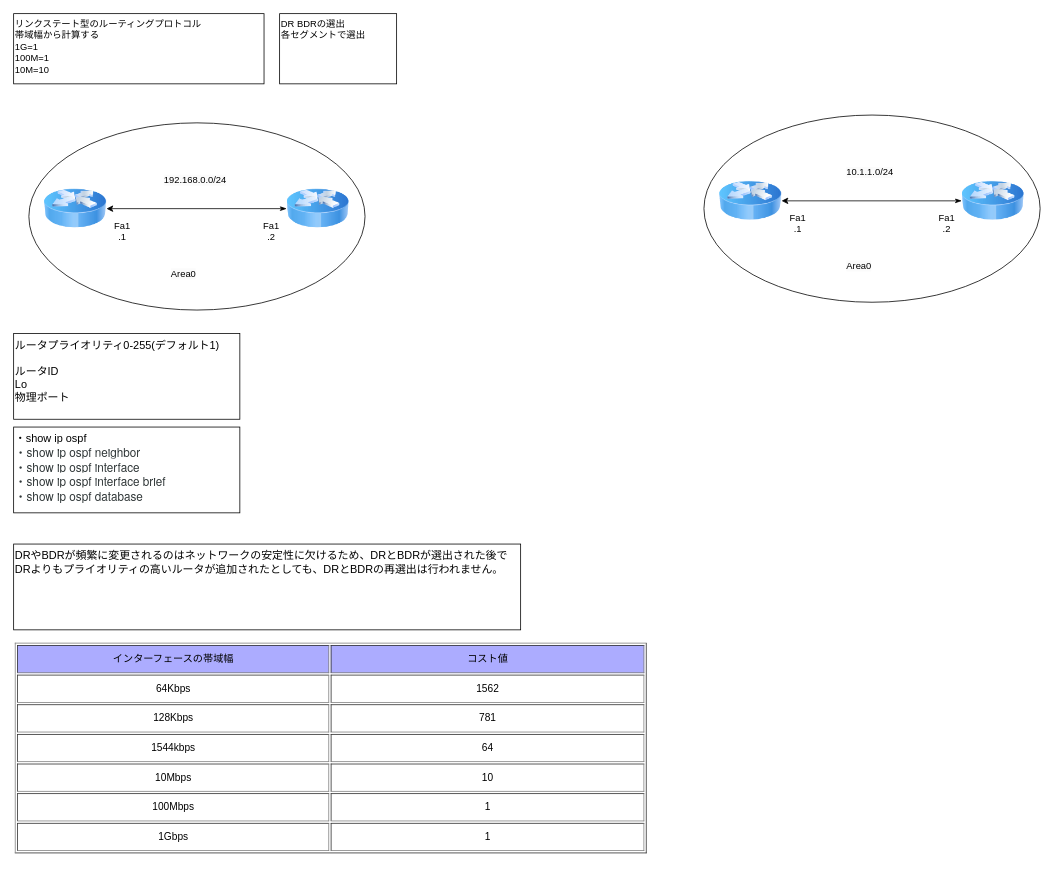
Before: page "OSPF" (2 of 3) of OSPF.drawio in kyforprogram/ccna, a draw.io diagram. Source tidied: cells renumbered, new cells numbered last; positions are measured from the earlier drawing's top-left corner, leaving out a move shared by most shapes. Both pictures are drawn from the tidied source at 78%, with x=0, y=0 at pixel (13, 13).
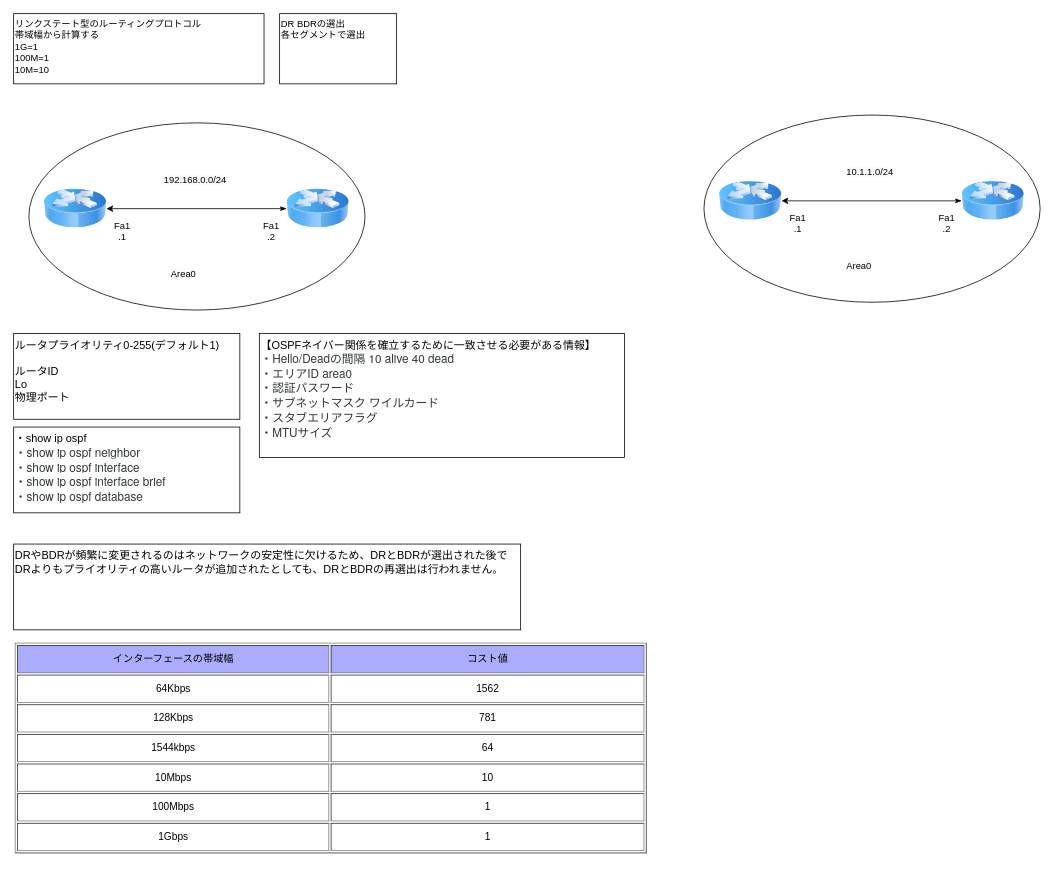
The same page after the edit.

Commit message:
OSPF.drawio を更新します

What changed in the source:
```diff
@@
+    <mxCell id="24" value="【OSPFネイバー関係を確立するために一致させる必要がある情報】&lt;br style=&quot;box-sizing: border-box; color: rgb(47, 54, 55); font-family: &amp;quot;JetBrains Mono&amp;quot;, &amp;quot;Helvetica Neue&amp;quot;, Arial, &amp;quot;Hiragino Kaku Gothic ProN&amp;quot;, &amp;quot;Hiragino Sans&amp;quot;, Meiryo, sans-serif; font-size: 15.008px; font-variant-ligatures: none; background-color: rgb(255, 255, 255);&quot;&gt;&lt;span style=&quot;color: rgb(47, 54, 55); font-family: &amp;quot;JetBrains Mono&amp;quot;, &amp;quot;Helvetica Neue&amp;quot;, Arial, &amp;quot;Hiragino Kaku Gothic ProN&amp;quot;, &amp;quot;Hiragino Sans&amp;quot;, Meiryo, sans-serif; font-size: 15.008px; font-variant-ligatures: none; background-color: rgb(255, 255, 255);&quot;&gt;・Hello/Deadの間隔 10 alive 40 dead&lt;/span&gt;&lt;br style=&quot;box-sizing: border-box; color: rgb(47, 54, 55); font-family: &amp;quot;JetBrains Mono&amp;quot;, &amp;quot;Helvetica Neue&amp;quot;, Arial, &amp;quot;Hiragino Kaku Gothic ProN&amp;quot;, &amp;quot;Hiragino Sans&amp;quot;, Meiryo, sans-serif; font-size: 15.008px; font-variant-ligatures: none; background-color: rgb(255, 255, 255);&quot;&gt;&lt;span style=&quot;color: rgb(47, 54, 55); font-family: &amp;quot;JetBrains Mono&amp;quot;, &amp;quot;Helvetica Neue&amp;quot;, Arial, &amp;quot;Hiragino Kaku Gothic ProN&amp;quot;, &amp;quot;Hiragino Sans&amp;quot;, Meiryo, sans-serif; font-size: 15.008px; font-variant-ligatures: none; background-color: rgb(255, 255, 255);&quot;&gt;・エリアID area0&lt;/span&gt;&lt;br style=&quot;box-sizing: border-box; color: rgb(47, 54, 55); font-family: &amp;quot;JetBrains Mono&amp;quot;, &amp;quot;Helvetica Neue&amp;quot;, Arial, &amp;quot;Hiragino Kaku Gothic ProN&amp;quot;, &amp;quot;Hiragino Sans&amp;quot;, Meiryo, sans-serif; font-size: 15.008px; font-variant-ligatures: none; background-color: rgb(255, 255, 255);&quot;&gt;&lt;span style=&quot;color: rgb(47, 54, 55); font-family: &amp;quot;JetBrains Mono&amp;quot;, &amp;quot;Helvetica Neue&amp;quot;, Arial, &amp;quot;Hiragino Kaku Gothic ProN&amp;quot;, &amp;quot;Hiragino Sans&amp;quot;, Meiryo, sans-serif; font-size: 15.008px; font-variant-ligatures: none; background-color: rgb(255, 255, 255);&quot;&gt;・認証パスワード&amp;nbsp;&lt;/span&gt;&lt;br style=&quot;box-sizing: border-box; color: rgb(47, 54, 55); font-family: &amp;quot;JetBrains Mono&amp;quot;, &amp;quot;Helvetica Neue&amp;quot;, Arial, &amp;quot;Hiragino Kaku Gothic ProN&amp;quot;, &amp;quot;Hiragino Sans&amp;quot;, Meiryo, sans-serif; font-size: 15.008px; font-variant-ligatures: none; background-color: rgb(255, 255, 255);&quot;&gt;&lt;span style=&quot;color: rgb(47, 54, 55); font-family: &amp;quot;JetBrains Mono&amp;quot;, &amp;quot;Helvetica Neue&amp;quot;, Arial, &amp;quot;Hiragino Kaku Gothic ProN&amp;quot;, &amp;quot;Hiragino Sans&amp;quot;, Meiryo, sans-serif; font-size: 15.008px; font-variant-ligatures: none; background-color: rgb(255, 255, 255);&quot;&gt;・サブネットマスク ワイルカード&lt;/span&gt;&lt;br style=&quot;box-sizing: border-box; color: rgb(47, 54, 55); font-family: &amp;quot;JetBrains Mono&amp;quot;, &amp;quot;Helvetica Neue&amp;quot;, Arial, &amp;quot;Hiragino Kaku Gothic ProN&amp;quot;, &amp;quot;Hiragino Sans&amp;quot;, Meiryo, sans-serif; font-size: 15.008px; font-variant-ligatures: none; background-color: rgb(255, 255, 255);&quot;&gt;&lt;span style=&quot;color: rgb(47, 54, 55); font-family: &amp;quot;JetBrains Mono&amp;quot;, &amp;quot;Helvetica Neue&amp;quot;, Arial, &amp;quot;Hiragino Kaku Gothic ProN&amp;quot;, &amp;quot;Hiragino Sans&amp;quot;, Meiryo, sans-serif; font-size: 15.008px; font-variant-ligatures: none; background-color: rgb(255, 255, 255);&quot;&gt;・スタブエリアフラグ　&lt;/span&gt;&lt;br style=&quot;box-sizing: border-box; color: rgb(47, 54, 55); font-family: &amp;quot;JetBrains Mono&amp;quot;, &amp;quot;Helvetica Neue&amp;quot;, Arial, &amp;quot;Hiragino Kaku Gothic ProN&amp;quot;, &amp;quot;Hiragino Sans&amp;quot;, Meiryo, sans-serif; font-size: 15.008px; font-variant-ligatures: none; background-color: rgb(255, 255, 255);&quot;&gt;&lt;span style=&quot;color: rgb(47, 54, 55); font-family: &amp;quot;JetBrains Mono&amp;quot;, &amp;quot;Helvetica Neue&amp;quot;, Arial, &amp;quot;Hiragino Kaku Gothic ProN&amp;quot;, &amp;quot;Hiragino Sans&amp;quot;, Meiryo, sans-serif; font-size: 15.008px; font-variant-ligatures: none; background-color: rgb(255, 255, 255);&quot;&gt;・MTUサイズ&lt;/span&gt;" style="whiteSpace=wrap;html=1;align=left;verticalAlign=top;fontSize=14;" parent="1" vertex="1">
+      <mxGeometry x="315" y="410" width="468" height="159" as="geometry" />
+    </mxCell>
```
